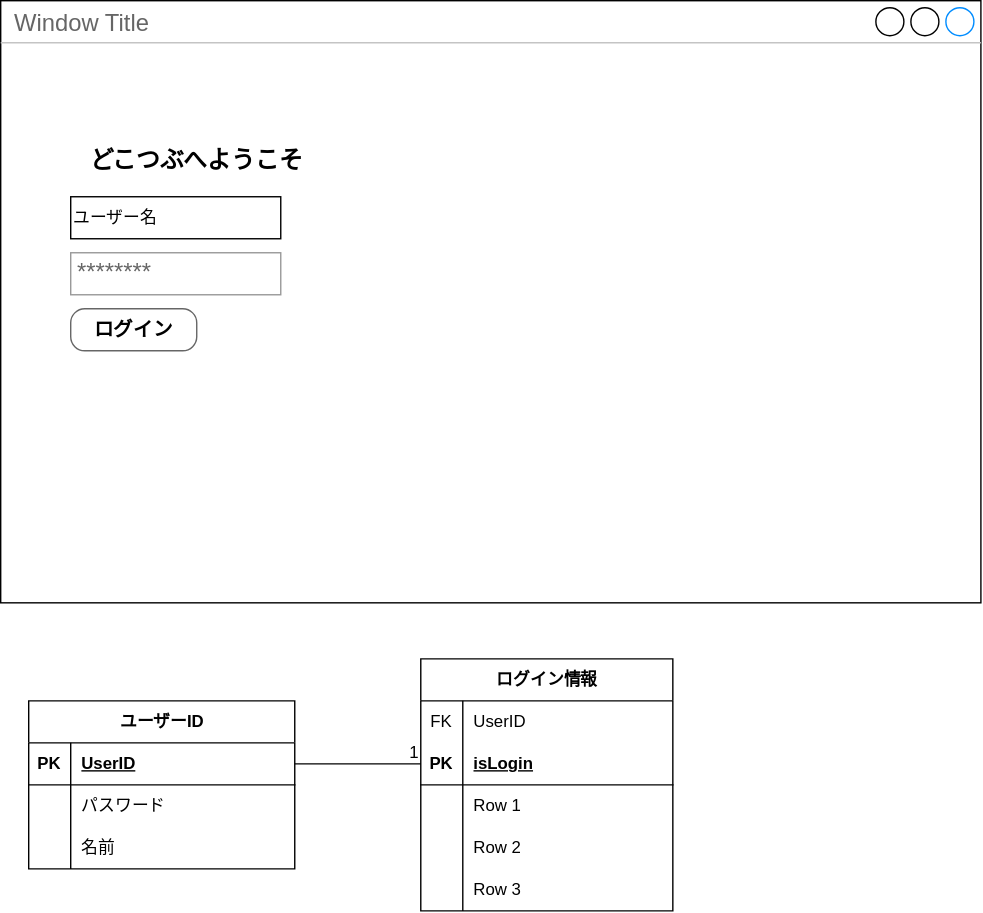
Before: 画面設計.drawio.svg, a diagram exported from draw.io (yu-tasa/basicDesign). Source tidied: cells renumbered, new cells last; positions are measured from the earlier drawing's top-left corner, leaving out a move shared by most shapes.
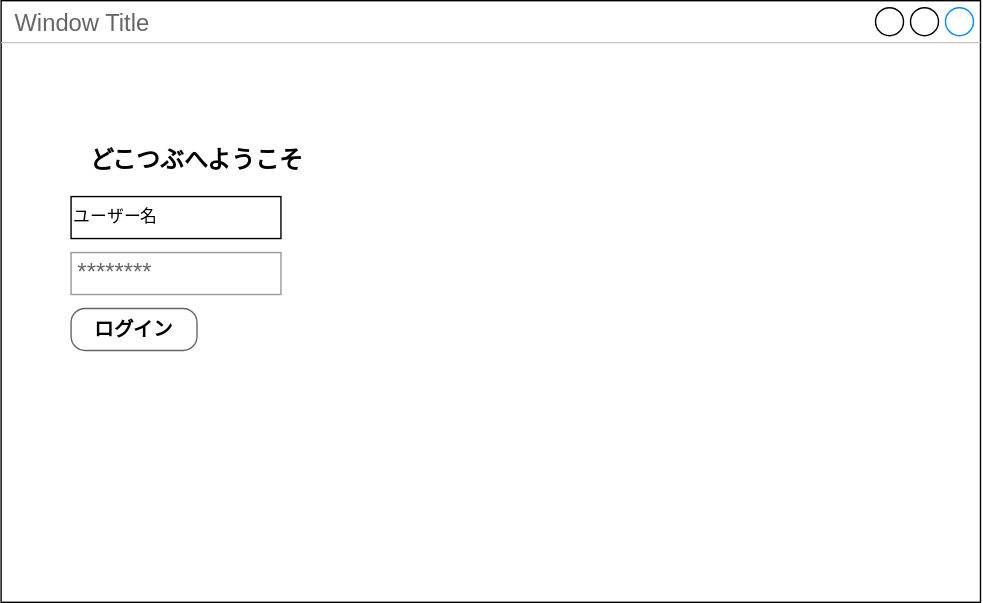
The same file after the commit.

Commit message:
画面設計.drawio.svg を更新します

Diff of the diagram source:
```diff
@@ -17,89 +17,5 @@
     <mxCell id="6" value="&lt;font style=&quot;font-size: 14px;&quot; color=&quot;#000000&quot;&gt;ログイン&lt;/font&gt;" style="strokeWidth=1;shadow=0;dashed=0;align=center;html=1;shape=mxgraph.mockup.buttons.button;strokeColor=#666666;fontColor=#ffffff;mainText=;buttonStyle=round;fontSize=17;fontStyle=1;fillColor=#FFFFFF;whiteSpace=wrap;" parent="1" vertex="1">
       <mxGeometry x="50" y="220" width="90" height="30" as="geometry" />
     </mxCell>
-    <mxCell id="7" value="ユーザーID" style="shape=table;startSize=30;rowLines=0;fontStyle=1;align=center;html=1;swimlaneFillColor=default;gradientColor=none;left=1;" parent="1" vertex="1">
-      <mxGeometry x="20" y="500" width="190" height="120" as="geometry" />
-    </mxCell>
-    <mxCell id="8" style="shape=tableRow;horizontal=0;startSize=0;swimlaneHead=0;swimlaneBody=0;fillColor=none;points=[[0,0.5],[1,0.5]];portConstraint=eastwest;top=0;left=0;right=0;bottom=1;" parent="7" vertex="1">
-      <mxGeometry y="30" width="190" height="30" as="geometry" />
-    </mxCell>
-    <mxCell id="9" value="PK" style="shape=partialRectangle;fillColor=none;top=0;left=0;bottom=0;right=0;fontStyle=1;overflow=hidden;whiteSpace=wrap;html=1;" parent="8" vertex="1">
-      <mxGeometry width="30" height="30" as="geometry" />
-    </mxCell>
-    <mxCell id="10" value="UserID" style="shape=partialRectangle;fillColor=none;top=0;left=0;bottom=0;right=0;align=left;spacingLeft=6;fontStyle=5;overflow=hidden;whiteSpace=wrap;html=1;" parent="8" vertex="1">
-      <mxGeometry x="30" width="160" height="30" as="geometry" />
-    </mxCell>
-    <mxCell id="11" style="shape=tableRow;horizontal=0;startSize=0;swimlaneHead=0;swimlaneBody=0;fillColor=none;top=0;left=0;right=0;bottom=0;" parent="7" vertex="1">
-      <mxGeometry y="60" width="190" height="30" as="geometry" />
-    </mxCell>
-    <mxCell id="12" style="shape=partialRectangle;fillColor=none;top=0;left=0;bottom=0;right=0;overflow=hidden;whiteSpace=wrap;html=1;" parent="11" vertex="1">
-      <mxGeometry width="30" height="30" as="geometry" />
-    </mxCell>
-    <mxCell id="13" value="パスワード" style="shape=partialRectangle;fillColor=none;top=0;left=0;bottom=0;right=0;align=left;spacingLeft=6;overflow=hidden;whiteSpace=wrap;html=1;" parent="11" vertex="1">
-      <mxGeometry x="30" width="160" height="30" as="geometry" />
-    </mxCell>
-    <mxCell id="14" style="shape=tableRow;horizontal=0;startSize=0;swimlaneHead=0;swimlaneBody=0;fillColor=none;top=0;left=0;right=0;bottom=0;" parent="7" vertex="1">
-      <mxGeometry y="90" width="190" height="30" as="geometry" />
-    </mxCell>
-    <mxCell id="15" style="shape=partialRectangle;fillColor=none;top=0;left=0;bottom=0;right=0;overflow=hidden;whiteSpace=wrap;html=1;" parent="14" vertex="1">
-      <mxGeometry width="30" height="30" as="geometry" />
-    </mxCell>
-    <mxCell id="16" value="名前" style="shape=partialRectangle;fillColor=none;top=0;left=0;bottom=0;right=0;align=left;spacingLeft=6;overflow=hidden;whiteSpace=wrap;html=1;" parent="14" vertex="1">
-      <mxGeometry x="30" width="160" height="30" as="geometry" />
-    </mxCell>
-    <mxCell id="17" value="ログイン情報" style="shape=table;startSize=30;rowLines=0;fontStyle=1;align=center;html=1;" parent="1" vertex="1">
-      <mxGeometry x="300" y="470" width="180" height="180" as="geometry" />
-    </mxCell>
-    <mxCell id="18" style="shape=tableRow;horizontal=0;startSize=0;swimlaneHead=0;swimlaneBody=0;fillColor=none;top=0;left=0;right=0;bottom=0;" parent="17" vertex="1">
-      <mxGeometry y="30" width="180" height="30" as="geometry" />
-    </mxCell>
-    <mxCell id="19" value="FK" style="shape=partialRectangle;fillColor=none;top=0;left=0;bottom=0;right=0;fontStyle=0;overflow=hidden;whiteSpace=wrap;html=1;" parent="18" vertex="1">
-      <mxGeometry width="30" height="30" as="geometry" />
-    </mxCell>
-    <mxCell id="20" value="UserID" style="shape=partialRectangle;fillColor=none;top=0;left=0;bottom=0;right=0;align=left;spacingLeft=6;fontStyle=0;overflow=hidden;whiteSpace=wrap;html=1;" parent="18" vertex="1">
-      <mxGeometry x="30" width="150" height="30" as="geometry" />
-    </mxCell>
-    <mxCell id="21" style="shape=tableRow;horizontal=0;startSize=0;swimlaneHead=0;swimlaneBody=0;fillColor=none;points=[[0,0.5],[1,0.5]];portConstraint=eastwest;top=0;left=0;right=0;bottom=1;" parent="17" vertex="1">
-      <mxGeometry y="60" width="180" height="30" as="geometry" />
-    </mxCell>
-    <mxCell id="22" value="PK" style="shape=partialRectangle;fillColor=none;top=0;left=0;bottom=0;right=0;fontStyle=1;overflow=hidden;whiteSpace=wrap;html=1;" parent="21" vertex="1">
-      <mxGeometry width="30" height="30" as="geometry" />
-    </mxCell>
-    <mxCell id="23" value="isLogin" style="shape=partialRectangle;fillColor=none;top=0;left=0;bottom=0;right=0;align=left;spacingLeft=6;fontStyle=5;overflow=hidden;whiteSpace=wrap;html=1;" parent="21" vertex="1">
-      <mxGeometry x="30" width="150" height="30" as="geometry" />
-    </mxCell>
-    <mxCell id="24" style="shape=tableRow;horizontal=0;startSize=0;swimlaneHead=0;swimlaneBody=0;fillColor=none;top=0;left=0;right=0;bottom=0;" parent="17" vertex="1">
-      <mxGeometry y="90" width="180" height="30" as="geometry" />
-    </mxCell>
-    <mxCell id="25" style="shape=partialRectangle;fillColor=none;top=0;left=0;bottom=0;right=0;overflow=hidden;whiteSpace=wrap;html=1;" parent="24" vertex="1">
-      <mxGeometry width="30" height="30" as="geometry" />
-    </mxCell>
-    <mxCell id="26" value="Row 1" style="shape=partialRectangle;fillColor=none;top=0;left=0;bottom=0;right=0;align=left;spacingLeft=6;overflow=hidden;whiteSpace=wrap;html=1;" parent="24" vertex="1">
-      <mxGeometry x="30" width="150" height="30" as="geometry" />
-    </mxCell>
-    <mxCell id="27" style="shape=tableRow;horizontal=0;startSize=0;swimlaneHead=0;swimlaneBody=0;fillColor=none;top=0;left=0;right=0;bottom=0;" parent="17" vertex="1">
-      <mxGeometry y="120" width="180" height="30" as="geometry" />
-    </mxCell>
-    <mxCell id="28" style="shape=partialRectangle;fillColor=none;top=0;left=0;bottom=0;right=0;overflow=hidden;whiteSpace=wrap;html=1;" parent="27" vertex="1">
-      <mxGeometry width="30" height="30" as="geometry" />
-    </mxCell>
-    <mxCell id="29" value="Row 2" style="shape=partialRectangle;fillColor=none;top=0;left=0;bottom=0;right=0;align=left;spacingLeft=6;overflow=hidden;whiteSpace=wrap;html=1;" parent="27" vertex="1">
-      <mxGeometry x="30" width="150" height="30" as="geometry" />
-    </mxCell>
-    <mxCell id="30" style="shape=tableRow;horizontal=0;startSize=0;swimlaneHead=0;swimlaneBody=0;fillColor=none;top=0;left=0;right=0;bottom=0;" parent="17" vertex="1">
-      <mxGeometry y="150" width="180" height="30" as="geometry" />
-    </mxCell>
-    <mxCell id="31" style="shape=partialRectangle;fillColor=none;top=0;left=0;bottom=0;right=0;overflow=hidden;whiteSpace=wrap;html=1;" parent="30" vertex="1">
-      <mxGeometry width="30" height="30" as="geometry" />
-    </mxCell>
-    <mxCell id="32" value="Row 3" style="shape=partialRectangle;fillColor=none;top=0;left=0;bottom=0;right=0;align=left;spacingLeft=6;overflow=hidden;whiteSpace=wrap;html=1;" parent="30" vertex="1">
-      <mxGeometry x="30" width="150" height="30" as="geometry" />
-    </mxCell>
-    <mxCell id="33" style="endArrow=none;html=1;rounded=0;exitX=1;exitY=0.5;exitDx=0;exitDy=0;entryX=0;entryY=0.5;entryDx=0;entryDy=0;" parent="1" edge="1" source="8" target="21">
-      <mxGeometry relative="1" as="geometry" />
-    </mxCell>
-    <mxCell id="34" value="1" style="html=1;whiteSpace=wrap;align=right;verticalAlign=bottom;" parent="33" vertex="1">
-      <mxGeometry x="1" relative="1" as="geometry" />
-    </mxCell>
   </root>
 </mxGraphModel>
```
